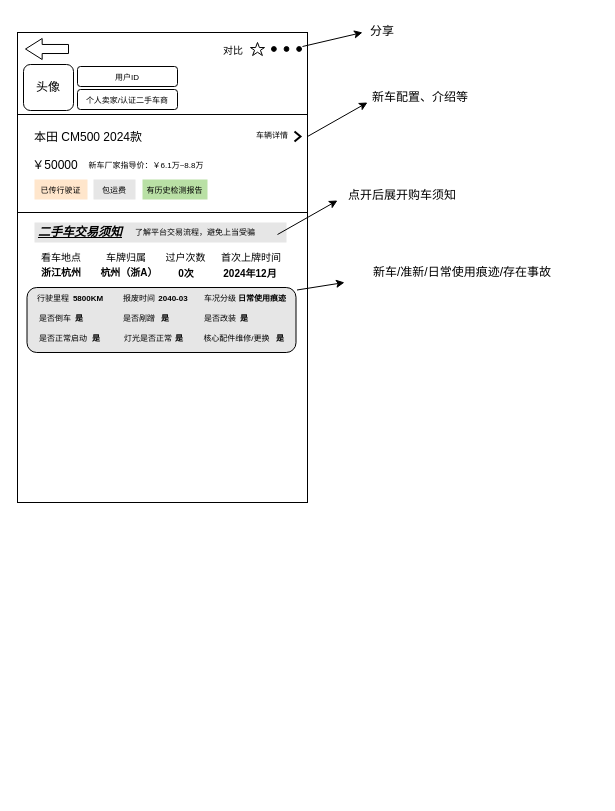
Earlier version of the draw.io diagram page "下单页" (1 of 4) of 下单页.drawio (MoWan-inc/sketch). Source tidied: cells renumbered, new cells numbered last; positions are measured from the earlier drawing's top-left corner, leaving out a move shared by most shapes. Both pictures are drawn from the tidied source at 100%, with x=0, y=0 at pixel (17, 16).
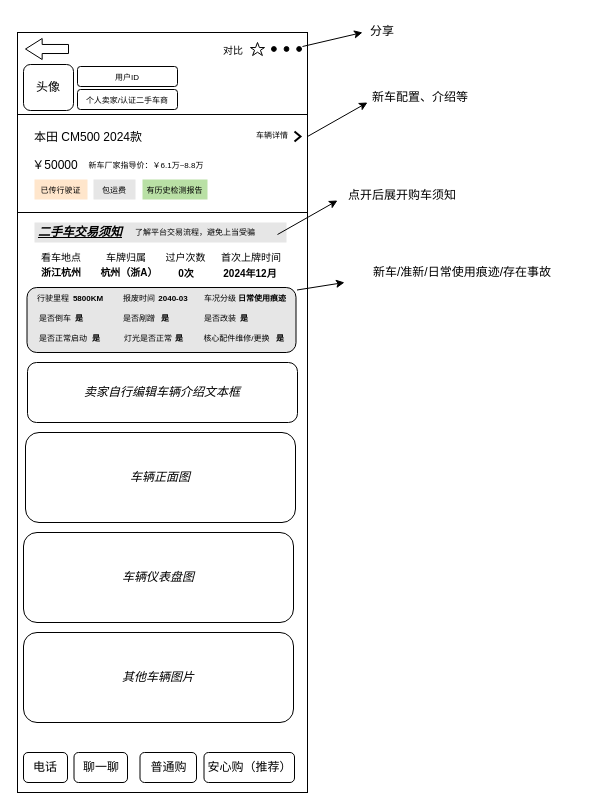
The same diagram, later.

Commit message:
更新下单页.drawio

What changed in the source:
```diff
@@
     <mxCell id="2" style="rounded=0;whiteSpace=wrap;html=1;" parent="1" vertex="1">
-      <mxGeometry y="16" width="290" height="470" as="geometry" />
+      <mxGeometry y="16" width="290" height="760" as="geometry" />
     </mxCell>
@@
+    <mxCell id="59" value="&lt;i&gt;卖家自行编辑车辆介绍文本框&lt;/i&gt;" style="rounded=1;whiteSpace=wrap;html=1;" parent="1" vertex="1">
+      <mxGeometry x="10" y="346" width="270" height="60" as="geometry" />
+    </mxCell>
+    <mxCell id="60" value="&lt;i&gt;车辆正面图&lt;/i&gt;" style="rounded=1;whiteSpace=wrap;html=1;" parent="1" vertex="1">
+      <mxGeometry x="8" y="416" width="270" height="90" as="geometry" />
+    </mxCell>
+    <mxCell id="61" value="&lt;i&gt;车辆仪表盘图&lt;/i&gt;" style="rounded=1;whiteSpace=wrap;html=1;" parent="1" vertex="1">
+      <mxGeometry x="6" y="516" width="270" height="90" as="geometry" />
+    </mxCell>
+    <mxCell id="62" value="&lt;i&gt;其他车辆图片&lt;/i&gt;" style="rounded=1;whiteSpace=wrap;html=1;" parent="1" vertex="1">
+      <mxGeometry x="6" y="616" width="270" height="90" as="geometry" />
+    </mxCell>
+    <mxCell id="63" value="电话" style="rounded=1;whiteSpace=wrap;html=1;" parent="1" vertex="1">
+      <mxGeometry x="6" y="736" width="44" height="30" as="geometry" />
+    </mxCell>
+    <mxCell id="64" value="聊一聊" style="rounded=1;whiteSpace=wrap;html=1;" parent="1" vertex="1">
+      <mxGeometry x="56.5" y="736" width="53.5" height="30" as="geometry" />
+    </mxCell>
+    <mxCell id="65" value="安心购（推荐）" style="rounded=1;whiteSpace=wrap;html=1;" parent="1" vertex="1">
+      <mxGeometry x="186.5" y="736" width="90.5" height="30" as="geometry" />
+    </mxCell>
+    <mxCell id="66" value="普通购" style="rounded=1;whiteSpace=wrap;html=1;" parent="1" vertex="1">
+      <mxGeometry x="122.5" y="736" width="56.5" height="30" as="geometry" />
+    </mxCell>
```
